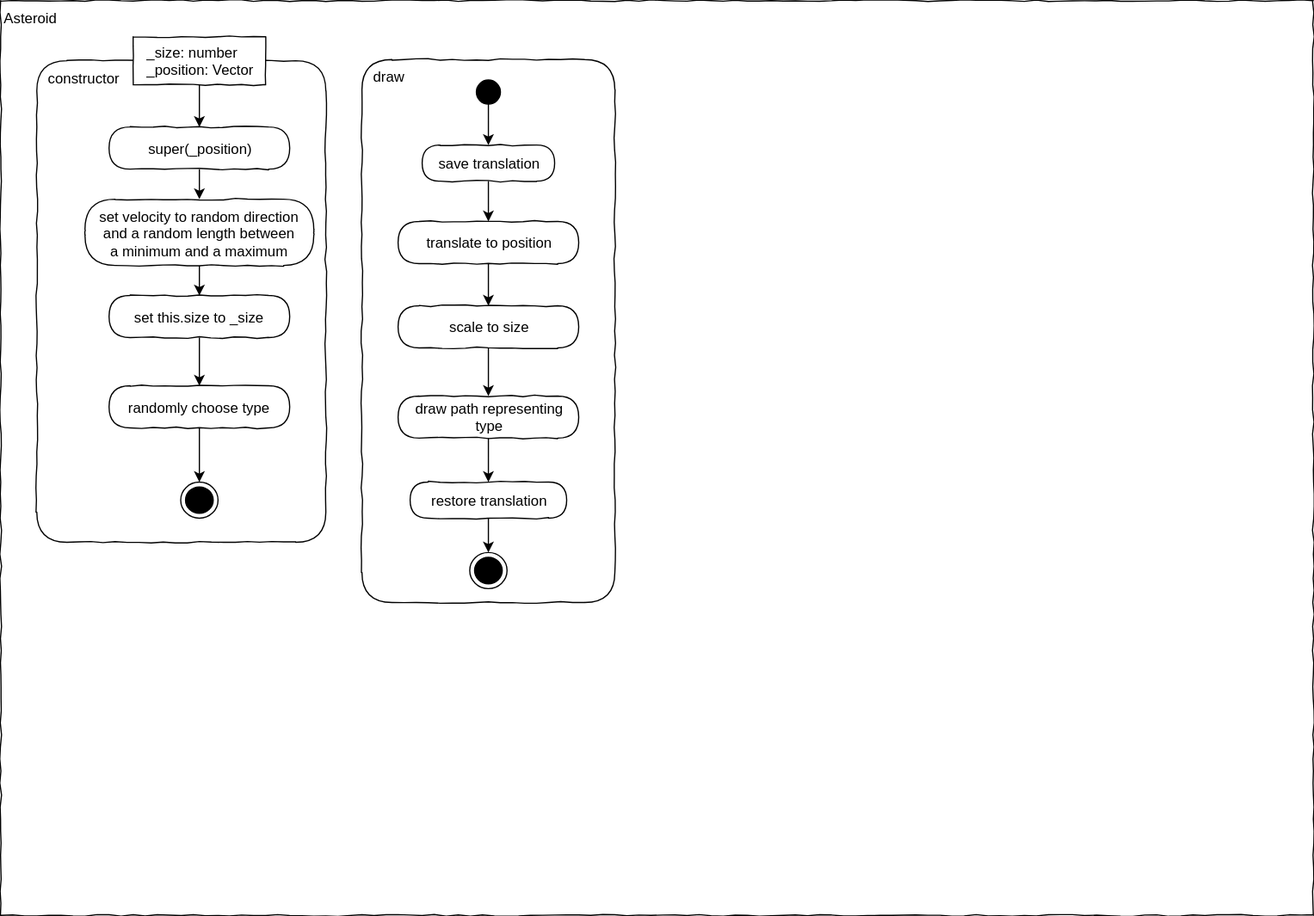
Before: X01_Appendix/Code/L12_Addition/eiaSteroids/Documentation/Diagrams/Asteroids_ActivityDiagram-Asteroid.svg, a diagram exported from draw.io (JirkaDellOro/EIA2-Inverted). Source tidied: cells renumbered, new cells last; positions are measured from the earlier drawing's top-left corner, leaving out a move shared by most shapes. Source of this version:
```xml
<mxGraphModel>
  <root>
    <mxCell id="0" />
    <mxCell id="1" parent="0" />
    <mxCell id="2" value="&lt;div style=&quot;text-align: left&quot;&gt;&lt;span&gt;Asteroid&lt;/span&gt;&lt;/div&gt;" style="rounded=0;whiteSpace=wrap;html=1;shadow=0;glass=0;comic=1;strokeColor=#000000;labelPosition=center;verticalLabelPosition=middle;align=left;verticalAlign=top;absoluteArcSize=1;arcSize=50;" parent="1" vertex="1">
      <mxGeometry width="1090" height="760" as="geometry" />
    </mxCell>
    <mxCell id="3" style="edgeStyle=none;rounded=0;orthogonalLoop=1;jettySize=auto;html=1;" parent="1" edge="1">
      <mxGeometry relative="1" as="geometry">
        <mxPoint x="950" y="450" as="sourcePoint" />
      </mxGeometry>
    </mxCell>
    <mxCell id="4" style="edgeStyle=none;rounded=0;orthogonalLoop=1;jettySize=auto;html=1;" parent="1" edge="1">
      <mxGeometry relative="1" as="geometry">
        <mxPoint x="950" y="530" as="sourcePoint" />
      </mxGeometry>
    </mxCell>
    <mxCell id="5" value="&lt;div style=&quot;text-align: left&quot;&gt;&amp;nbsp; constructor&lt;/div&gt;" style="rounded=1;whiteSpace=wrap;html=1;shadow=0;glass=0;comic=1;strokeColor=#000000;labelPosition=center;verticalLabelPosition=middle;align=left;verticalAlign=top;absoluteArcSize=1;arcSize=50;" parent="1" vertex="1">
      <mxGeometry x="30" y="50" width="240" height="400" as="geometry" />
    </mxCell>
    <mxCell id="6" style="edgeStyle=orthogonalEdgeStyle;rounded=0;jettySize=auto;html=1;" parent="1" edge="1" source="7" target="9">
      <mxGeometry relative="1" as="geometry" />
    </mxCell>
    <mxCell id="7" value="super(_position)" style="rounded=1;whiteSpace=wrap;html=1;absoluteArcSize=1;arcSize=50;strokeWidth=1;shadow=0;comic=1;" parent="1" vertex="1">
      <mxGeometry x="90" y="105" width="150" height="35" as="geometry" />
    </mxCell>
    <mxCell id="8" style="edgeStyle=orthogonalEdgeStyle;rounded=0;jettySize=auto;html=1;" parent="1" edge="1" source="9" target="10">
      <mxGeometry relative="1" as="geometry" />
    </mxCell>
    <mxCell id="9" value="set velocity to random direction and a random length between &lt;br&gt;a minimum and a maximum" style="rounded=1;whiteSpace=wrap;html=1;absoluteArcSize=1;arcSize=50;strokeWidth=1;shadow=0;comic=1;" parent="1" vertex="1">
      <mxGeometry x="70" y="165" width="190" height="55" as="geometry" />
    </mxCell>
    <mxCell id="10" value="set this.size to _size" style="rounded=1;whiteSpace=wrap;html=1;absoluteArcSize=1;arcSize=50;strokeWidth=1;shadow=0;comic=1;" parent="1" vertex="1">
      <mxGeometry x="90" y="245" width="150" height="35" as="geometry" />
    </mxCell>
    <mxCell id="11" style="edgeStyle=orthogonalEdgeStyle;rounded=0;jettySize=auto;html=1;" parent="1" edge="1" source="12" target="7">
      <mxGeometry relative="1" as="geometry" />
    </mxCell>
    <mxCell id="12" value="&lt;div style=&quot;text-align: left&quot;&gt;&lt;div&gt;_size: number&lt;/div&gt;&lt;div&gt;_position: Vector&lt;/div&gt;&lt;/div&gt;" style="rounded=0;whiteSpace=wrap;html=1;comic=1;" parent="1" vertex="1">
      <mxGeometry x="110" y="30" width="110" height="40" as="geometry" />
    </mxCell>
    <mxCell id="13" style="ellipse;html=1;shape=endState;fillColor=#000000;strokeColor=#000000;comic=1;" parent="1" vertex="1">
      <mxGeometry x="149.5" y="400" width="31" height="30" as="geometry" />
    </mxCell>
    <mxCell id="14" style="edgeStyle=orthogonalEdgeStyle;rounded=0;jettySize=auto;html=1;" parent="1" edge="1" source="15" target="13">
      <mxGeometry relative="1" as="geometry" />
    </mxCell>
    <mxCell id="15" value="randomly choose type" style="rounded=1;whiteSpace=wrap;html=1;absoluteArcSize=1;arcSize=50;strokeWidth=1;shadow=0;comic=1;" parent="1" vertex="1">
      <mxGeometry x="90" y="320" width="150" height="35" as="geometry" />
    </mxCell>
    <mxCell id="16" style="edgeStyle=orthogonalEdgeStyle;rounded=0;jettySize=auto;html=1;" parent="1" edge="1" source="10" target="15">
      <mxGeometry relative="1" as="geometry" />
    </mxCell>
    <mxCell id="17" value="&lt;div style=&quot;text-align: left&quot;&gt;&amp;nbsp; draw&lt;/div&gt;" style="rounded=1;whiteSpace=wrap;html=1;shadow=0;glass=0;comic=1;strokeColor=#000000;labelPosition=center;verticalLabelPosition=middle;align=left;verticalAlign=top;absoluteArcSize=1;arcSize=50;" parent="1" vertex="1">
      <mxGeometry x="300" y="49" width="210" height="451" as="geometry" />
    </mxCell>
    <mxCell id="18" style="edgeStyle=orthogonalEdgeStyle;rounded=0;jettySize=auto;html=1;" parent="1" edge="1" source="27" target="20">
      <mxGeometry relative="1" as="geometry" />
    </mxCell>
    <mxCell id="19" style="edgeStyle=orthogonalEdgeStyle;rounded=0;jettySize=auto;html=1;" parent="1" edge="1" source="20" target="21">
      <mxGeometry relative="1" as="geometry" />
    </mxCell>
    <mxCell id="20" value="translate to position" style="rounded=1;whiteSpace=wrap;html=1;absoluteArcSize=1;arcSize=50;strokeWidth=1;shadow=0;comic=1;" parent="1" vertex="1">
      <mxGeometry x="330" y="183.5" width="150" height="35" as="geometry" />
    </mxCell>
    <mxCell id="21" value="scale to size" style="rounded=1;whiteSpace=wrap;html=1;absoluteArcSize=1;arcSize=50;strokeWidth=1;shadow=0;comic=1;" parent="1" vertex="1">
      <mxGeometry x="330" y="253.5" width="150" height="35" as="geometry" />
    </mxCell>
    <mxCell id="22" style="ellipse;html=1;shape=endState;fillColor=#000000;strokeColor=#000000;comic=1;" parent="1" vertex="1">
      <mxGeometry x="389.5" y="458.5" width="31" height="30" as="geometry" />
    </mxCell>
    <mxCell id="23" style="edgeStyle=orthogonalEdgeStyle;rounded=0;jettySize=auto;html=1;" parent="1" edge="1" source="29" target="22">
      <mxGeometry relative="1" as="geometry" />
    </mxCell>
    <mxCell id="24" value="draw path representing&lt;br&gt;type" style="rounded=1;whiteSpace=wrap;html=1;absoluteArcSize=1;arcSize=50;strokeWidth=1;shadow=0;comic=1;" parent="1" vertex="1">
      <mxGeometry x="330" y="328.5" width="150" height="35" as="geometry" />
    </mxCell>
    <mxCell id="25" style="edgeStyle=orthogonalEdgeStyle;rounded=0;jettySize=auto;html=1;" parent="1" edge="1" source="21" target="24">
      <mxGeometry relative="1" as="geometry" />
    </mxCell>
    <mxCell id="26" style="ellipse;whiteSpace=wrap;html=1;rounded=0;shadow=0;comic=0;labelBackgroundColor=none;strokeColor=#000000;strokeWidth=1;fillColor=#000000;fontFamily=Verdana;fontSize=12;fontColor=#000000;align=center;comic=1;" parent="1" vertex="1">
      <mxGeometry x="395" y="66" width="20" height="20" as="geometry" />
    </mxCell>
    <mxCell id="27" value="save translation" style="rounded=1;whiteSpace=wrap;html=1;absoluteArcSize=1;arcSize=50;strokeWidth=1;shadow=0;comic=1;" parent="1" vertex="1">
      <mxGeometry x="350" y="120" width="110" height="30" as="geometry" />
    </mxCell>
    <mxCell id="28" style="edgeStyle=orthogonalEdgeStyle;rounded=0;jettySize=auto;html=1;" parent="1" edge="1" source="26" target="27">
      <mxGeometry relative="1" as="geometry" />
    </mxCell>
    <mxCell id="29" value="restore translation" style="rounded=1;whiteSpace=wrap;html=1;absoluteArcSize=1;arcSize=50;strokeWidth=1;shadow=0;comic=1;" parent="1" vertex="1">
      <mxGeometry x="340" y="400" width="130" height="30" as="geometry" />
    </mxCell>
    <mxCell id="30" style="edgeStyle=orthogonalEdgeStyle;rounded=0;jettySize=auto;html=1;" parent="1" edge="1" source="24" target="29">
      <mxGeometry relative="1" as="geometry" />
    </mxCell>
  </root>
</mxGraphModel>
```
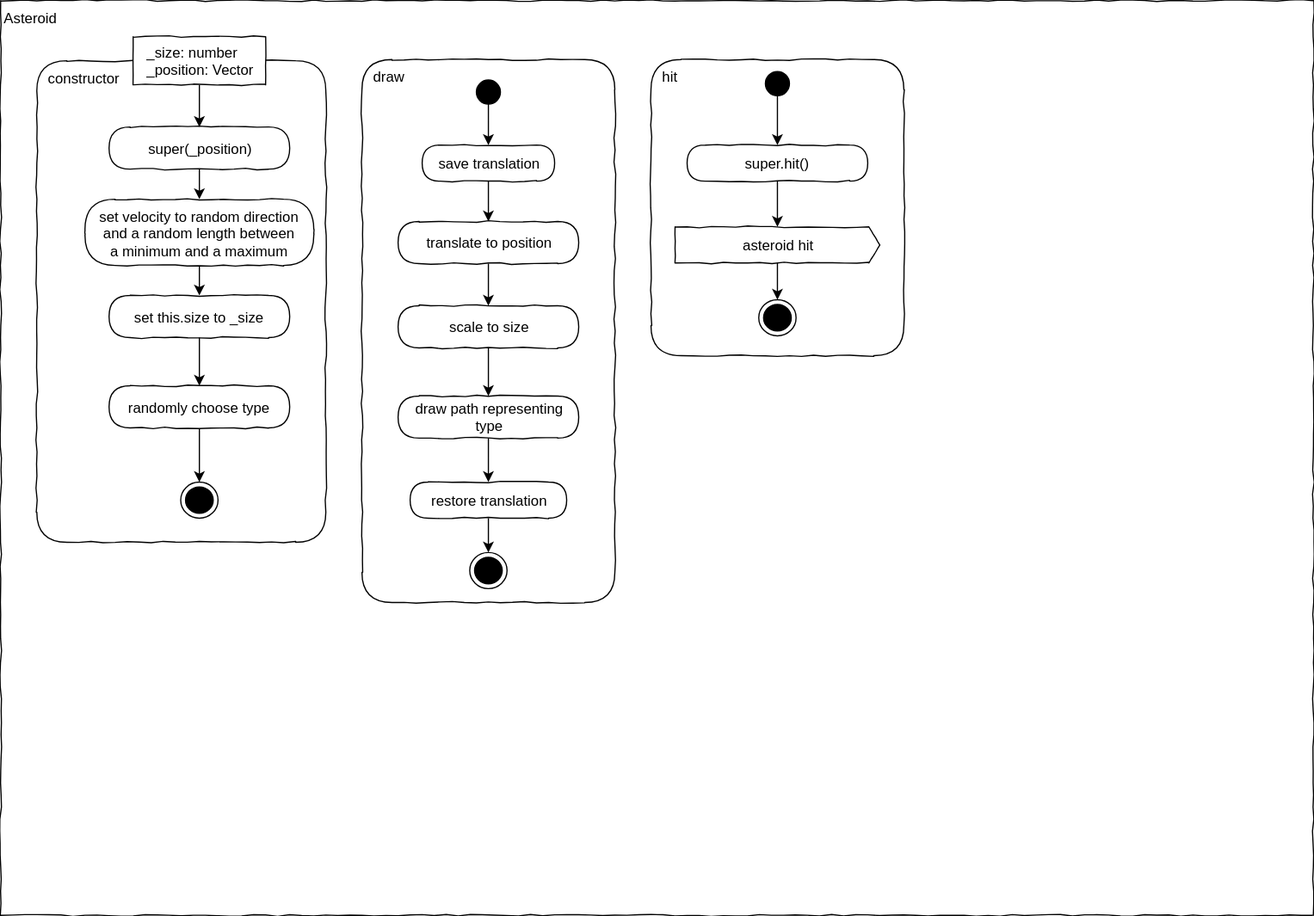
Above is the later version.

What changed in the source:
```diff
@@ -93,5 +93,29 @@
     <mxCell id="30" style="edgeStyle=orthogonalEdgeStyle;rounded=0;jettySize=auto;html=1;" parent="1" edge="1" source="24" target="29">
       <mxGeometry relative="1" as="geometry" />
     </mxCell>
+    <mxCell id="31" value="&lt;div style=&quot;text-align: left&quot;&gt;&amp;nbsp; hit&lt;/div&gt;" style="rounded=1;whiteSpace=wrap;html=1;shadow=0;glass=0;comic=1;strokeColor=#000000;labelPosition=center;verticalLabelPosition=middle;align=left;verticalAlign=top;absoluteArcSize=1;arcSize=50;" parent="1" vertex="1">
+      <mxGeometry x="540" y="49" width="210" height="246" as="geometry" />
+    </mxCell>
+    <mxCell id="32" value="super.hit()" style="rounded=1;whiteSpace=wrap;html=1;absoluteArcSize=1;arcSize=50;strokeWidth=1;shadow=0;comic=1;fontFamily=Helvetica;fontSize=12;fontColor=#000000;align=center;strokeColor=#000000;fillColor=#ffffff;" parent="1" vertex="1">
+      <mxGeometry x="570" y="120" width="150" height="30" as="geometry" />
+    </mxCell>
+    <mxCell id="33" style="ellipse;html=1;shape=endState;fillColor=#000000;strokeColor=#000000;comic=1;" parent="1" vertex="1">
+      <mxGeometry x="629.5" y="248.5" width="31" height="30" as="geometry" />
+    </mxCell>
+    <mxCell id="34" style="edgeStyle=orthogonalEdgeStyle;rounded=0;jettySize=auto;html=1;" parent="1" edge="1" source="37" target="33">
+      <mxGeometry relative="1" as="geometry" />
+    </mxCell>
+    <mxCell id="35" style="edgeStyle=orthogonalEdgeStyle;rounded=0;jettySize=auto;html=1;" parent="1" edge="1" source="36" target="32">
+      <mxGeometry relative="1" as="geometry" />
+    </mxCell>
+    <mxCell id="36" style="ellipse;whiteSpace=wrap;html=1;rounded=0;shadow=0;comic=0;labelBackgroundColor=none;strokeColor=#000000;strokeWidth=1;fillColor=#000000;fontFamily=Verdana;fontSize=12;fontColor=#000000;align=center;comic=1;" parent="1" vertex="1">
+      <mxGeometry x="635" y="59" width="20" height="20" as="geometry" />
+    </mxCell>
+    <mxCell id="37" value="asteroid hit" style="html=1;shape=mxgraph.sysml.sendSigAct;strokeWidth=1;whiteSpace=wrap;align=center;shadow=0;comic=1;fontFamily=Helvetica;fontSize=12;fontColor=#000000;strokeColor=#000000;fillColor=#ffffff;" parent="1" vertex="1">
+      <mxGeometry x="560" y="188" width="170" height="30" as="geometry" />
+    </mxCell>
+    <mxCell id="38" style="edgeStyle=orthogonalEdgeStyle;rounded=0;jettySize=auto;html=1;" parent="1" edge="1" source="32" target="37">
+      <mxGeometry relative="1" as="geometry" />
+    </mxCell>
   </root>
 </mxGraphModel>
```
